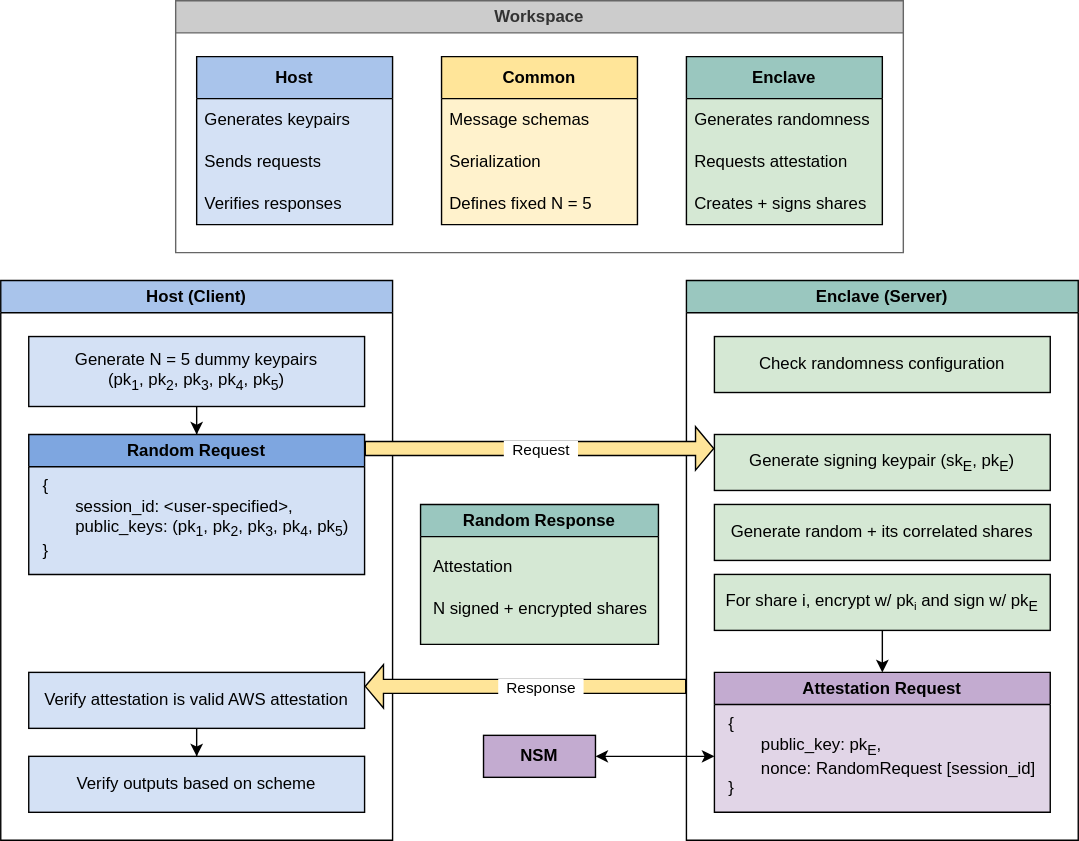
applexi/random-enclave keeps this draw.io diagram as random_scheme.svg. Above is the earlier version. Source tidied: cells renumbered, new cells last; positions are measured from the earlier drawing's top-left corner, leaving out a move shared by most shapes.
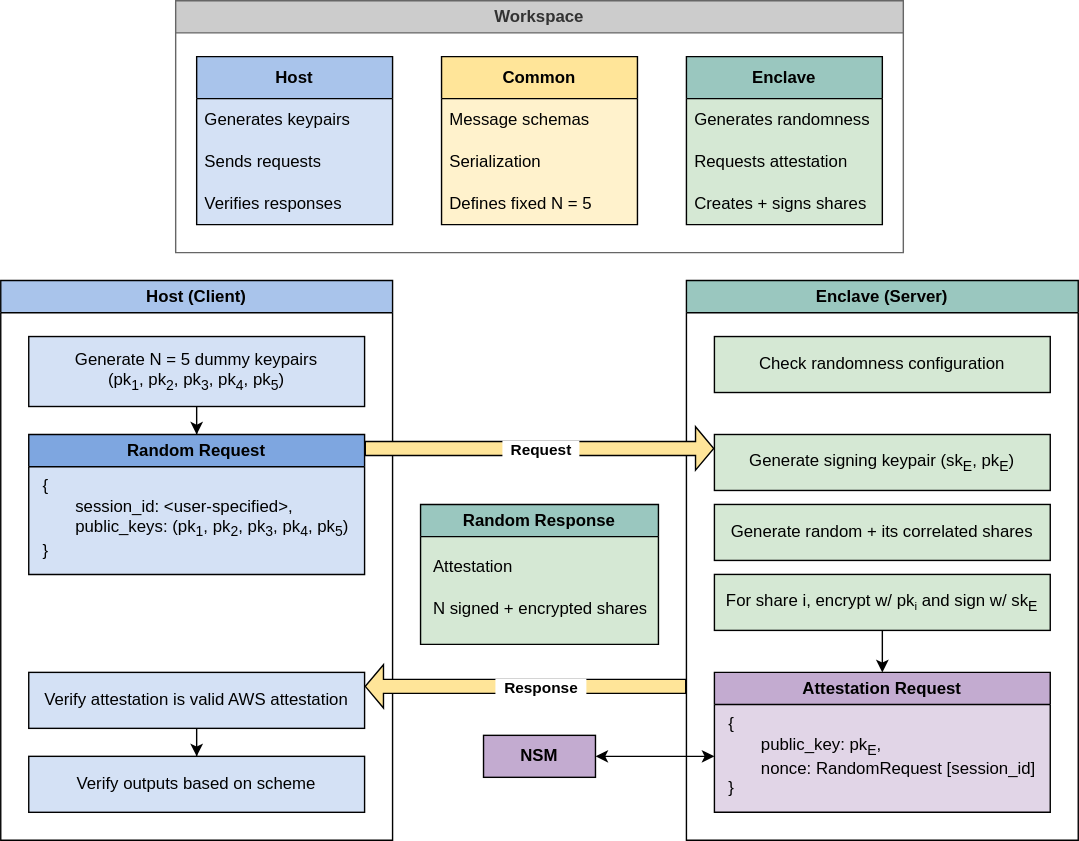
After the change.

Change to the diagram source:
```diff
@@ -79,7 +79,7 @@
     <mxCell id="26" value="Generate random + its correlated shares" style="rounded=0;whiteSpace=wrap;html=1;fillColor=#D5E8D4;" parent="23" vertex="1">
       <mxGeometry x="20" y="160" width="240" height="40" as="geometry" />
     </mxCell>
-    <mxCell id="27" value="For share i, encrypt w/ pk&lt;span style=&quot;font-size: 10px;&quot;&gt;&lt;sub&gt;i&lt;/sub&gt;&lt;/span&gt;&amp;nbsp;and sign w/ pk&lt;sub&gt;E&lt;/sub&gt;" style="rounded=0;whiteSpace=wrap;html=1;fillColor=#D5E8D4;" parent="23" vertex="1">
+    <mxCell id="27" value="For share i, encrypt w/ pk&lt;span style=&quot;font-size: 10px;&quot;&gt;&lt;sub&gt;i&lt;/sub&gt;&lt;/span&gt;&amp;nbsp;and sign w/ sk&lt;sub&gt;E&lt;/sub&gt;" style="rounded=0;whiteSpace=wrap;html=1;fillColor=#D5E8D4;" parent="23" vertex="1">
       <mxGeometry x="20" y="210" width="240" height="40" as="geometry" />
     </mxCell>
     <mxCell id="28" value="Attestation Request" style="swimlane;whiteSpace=wrap;html=1;swimlaneFillColor=#E1D5E7;fillColor=#C3ABD0;" parent="23" vertex="1">
@@ -106,7 +106,7 @@
         <mxPoint x="510" y="320" as="targetPoint" />
       </mxGeometry>
     </mxCell>
-    <mxCell id="35" value="&amp;nbsp; Request&amp;nbsp;&amp;nbsp;" style="edgeLabel;html=1;align=center;verticalAlign=middle;" parent="34" vertex="1">
+    <mxCell id="35" value="&amp;nbsp; Request&amp;nbsp;&amp;nbsp;" style="edgeLabel;html=1;align=center;verticalAlign=middle;fontStyle=1;" parent="34" vertex="1">
       <mxGeometry relative="1" as="geometry" />
     </mxCell>
     <mxCell id="36" style="endArrow=none;html=1;rounded=0;startArrow=classic;startFill=1;endFill=0;shape=flexArrow;fillColor=#FFE599;startSize=4;" parent="1" edge="1">
@@ -115,7 +115,7 @@
         <mxPoint x="490" y="490" as="targetPoint" />
       </mxGeometry>
     </mxCell>
-    <mxCell id="37" value="&amp;nbsp; Response&amp;nbsp;&amp;nbsp;" style="edgeLabel;html=1;align=center;verticalAlign=middle;" parent="36" vertex="1">
+    <mxCell id="37" value="&amp;nbsp; Response&amp;nbsp;&amp;nbsp;" style="edgeLabel;html=1;align=center;verticalAlign=middle;fontStyle=1;" parent="36" vertex="1">
       <mxGeometry relative="1" as="geometry">
         <mxPoint x="10" as="offset" />
       </mxGeometry>
```
